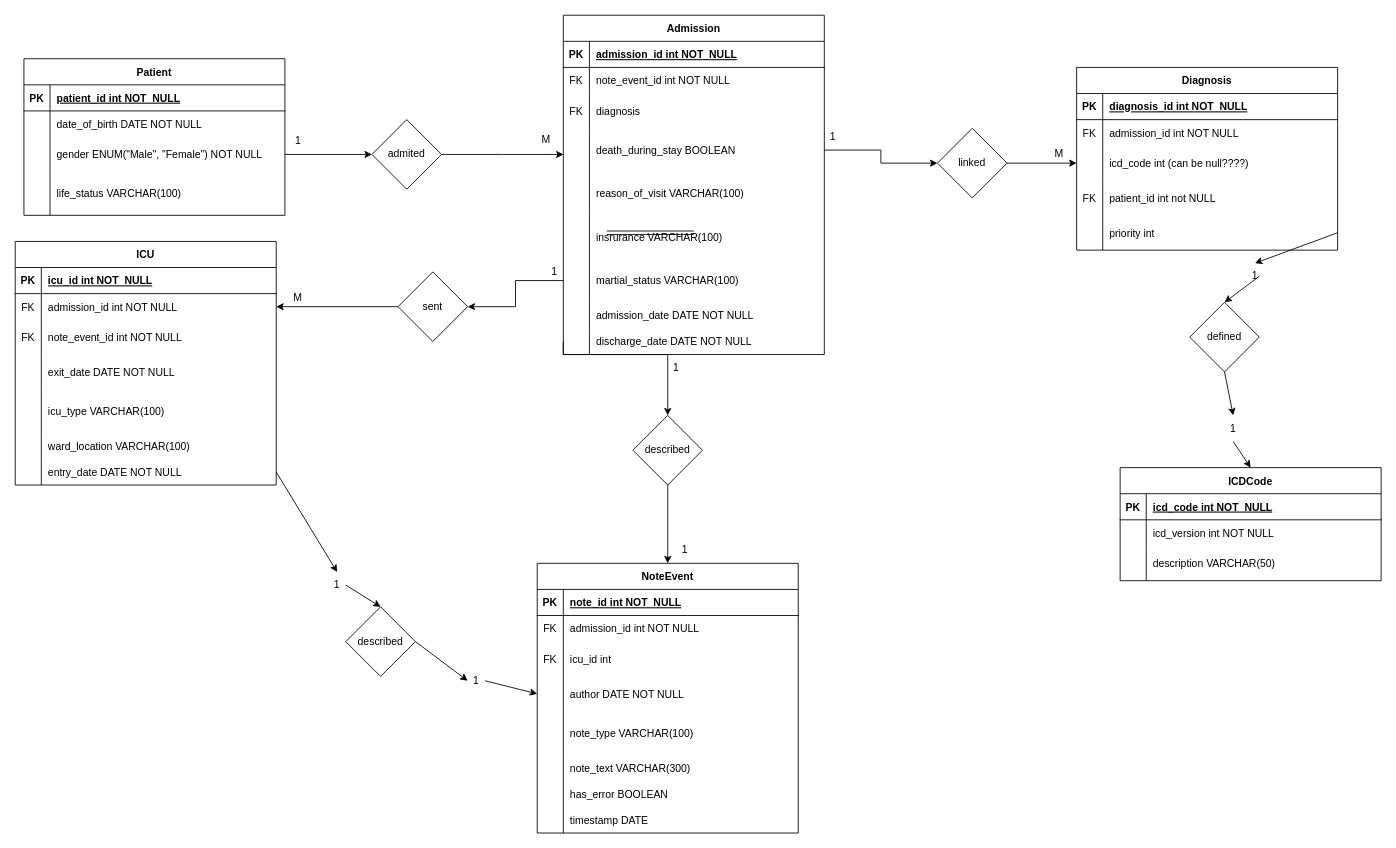
Joshua131313/soen363 keeps this draw.io diagram as page "Cleaned Up Diagram" (2 of 2) of Untitled Diagram.drawio. Above is the earlier version. Source tidied: cells renumbered, new cells numbered last; positions are measured from the earlier drawing's top-left corner, leaving out a move shared by most shapes. Both pictures are drawn from the tidied source at 87%, with x=0, y=0 at pixel (15, 15).
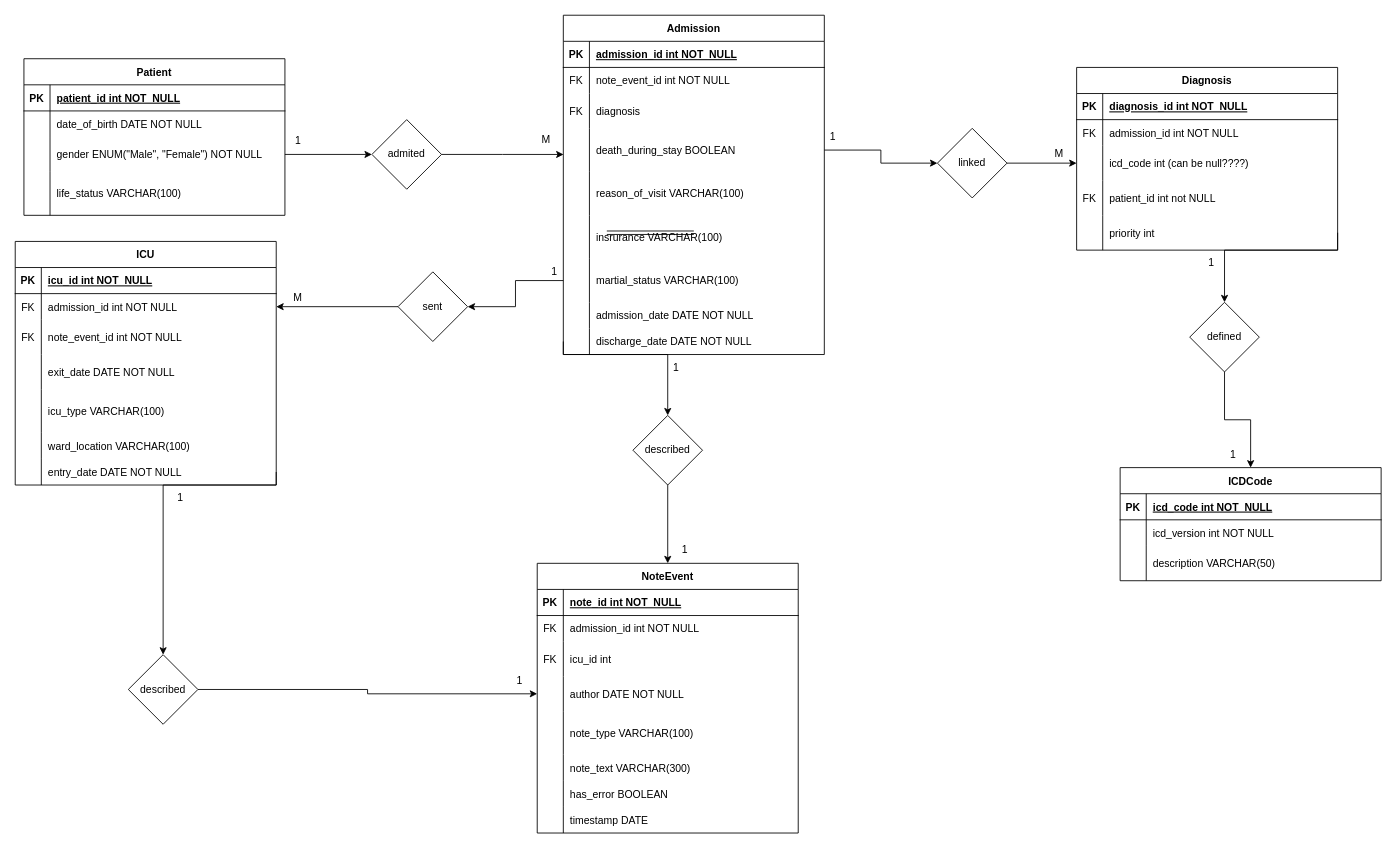
Above is the later version.

The change refers to these unchanged cells:
```xml
<mxCell id="35" style="shape=partialRectangle;fillColor=none;points=[[0,0.5],[1,0.5]];portConstraint=eastwest;top=0;left=0;right=0;bottom=0;" parent="16" vertex="1">
  <mxGeometry y="250" width="300" height="30" as="geometry" />
</mxCell>
<mxCell id="48" style="shape=partialRectangle;fillColor=none;points=[[0,0.5],[1,0.5]];portConstraint=eastwest;top=0;left=0;right=0;bottom=0;" parent="38" vertex="1">
  <mxGeometry y="130" width="300" height="40" as="geometry" />
</mxCell>
<mxCell id="76" style="shape=partialRectangle;fillColor=none;points=[[0,0.5],[1,0.5]];portConstraint=eastwest;top=0;left=0;right=0;bottom=0;" parent="63" vertex="1">
  <mxGeometry y="170" width="300" height="40" as="geometry" />
</mxCell>
<mxCell id="79" value="ICDCode" style="shape=table;startSize=30;childLayout=tableLayout;rowLines=0;fontStyle=1;align=center;" parent="1" vertex="1">
  <mxGeometry x="1270" y="520" width="300" height="130" as="geometry" />
</mxCell>
<mxCell id="127" style="rhombus;whiteSpace=wrap;html=1;" parent="1" vertex="1">
  <mxGeometry x="1350" y="330" width="80" height="80" as="geometry" />
</mxCell>
```

The edit, as a diff of the source:
```diff
@@
+    <mxCell id="157" style="edgeStyle=orthogonalEdgeStyle;rounded=0;jettySize=auto;html=1;entryX=0;entryY=0.5;entryDx=0;entryDy=0;" parent="1" edge="1" source="2" target="48">
+      <mxGeometry relative="1" as="geometry" />
+    </mxCell>
     <mxCell id="2" style="rhombus;whiteSpace=wrap;html=1;" parent="1" vertex="1">
-      <mxGeometry x="380" y="680" width="80" height="80" as="geometry" />
+      <mxGeometry x="130" y="735" width="80" height="80" as="geometry" />
     </mxCell>
@@
+    <mxCell id="158" style="edgeStyle=orthogonalEdgeStyle;rounded=0;jettySize=auto;html=1;exitX=0.5;exitY=1;exitDx=0;exitDy=0;entryX=0.5;entryY=0;entryDx=0;entryDy=0;" parent="1" edge="1" source="127" target="79">
+      <mxGeometry relative="1" as="geometry" />
+    </mxCell>
@@
     <mxCell id="132" value="described" style="text;html=1;align=center;verticalAlign=middle;whiteSpace=wrap;rounded=0;" parent="1" vertex="1">
-      <mxGeometry x="390" y="705" width="60" height="30" as="geometry" />
+      <mxGeometry x="140" y="760" width="60" height="30" as="geometry" />
     </mxCell>
-    <mxCell id="133" style="endArrow=classic;html=1;rounded=0;exitX=1;exitY=0.5;exitDx=0;exitDy=0;entryX=0;entryY=0.5;entryDx=0;entryDy=0;" parent="1" edge="1" source="2" target="137">
-      <mxGeometry relative="1" as="geometry" />
-    </mxCell>
-    <mxCell id="134" style="endArrow=classic;html=1;rounded=0;exitX=1;exitY=0.5;exitDx=0;exitDy=0;entryX=0.5;entryY=0;entryDx=0;entryDy=0;" parent="1" edge="1" source="135" target="2">
-      <mxGeometry relative="1" as="geometry" />
-    </mxCell>
     <mxCell id="135" value="1" style="text;html=1;align=center;verticalAlign=middle;whiteSpace=wrap;rounded=0;" parent="1" vertex="1">
-      <mxGeometry x="360" y="640" width="20" height="30" as="geometry" />
+      <mxGeometry x="180" y="540" width="20" height="30" as="geometry" />
     </mxCell>
-    <mxCell id="136" style="endArrow=classic;html=1;rounded=0;exitX=1;exitY=0.5;exitDx=0;exitDy=0;entryX=0;entryY=0.5;entryDx=0;entryDy=0;" parent="1" edge="1" source="137" target="48">
-      <mxGeometry relative="1" as="geometry" />
-    </mxCell>
     <mxCell id="137" value="1" style="text;html=1;align=center;verticalAlign=middle;whiteSpace=wrap;rounded=0;" parent="1" vertex="1">
-      <mxGeometry x="520" y="750" width="20" height="30" as="geometry" />
+      <mxGeometry x="570" y="750" width="20" height="30" as="geometry" />
     </mxCell>
@@
-    <mxCell id="143" style="endArrow=classic;html=1;rounded=0;exitX=1;exitY=0.5;exitDx=0;exitDy=0;entryX=0.5;entryY=0;entryDx=0;entryDy=0;" parent="1" edge="1" source="35" target="135">
-      <mxGeometry relative="1" as="geometry" />
+    <mxCell id="143" style="endArrow=classic;html=1;rounded=0;exitX=1;exitY=0.5;exitDx=0;exitDy=0;entryX=0.5;entryY=0;entryDx=0;entryDy=0;" parent="1" edge="1" source="35" target="2">
+      <mxGeometry relative="1" as="geometry">
+        <Array as="points">
+          <mxPoint x="300" y="540" />
+          <mxPoint x="170" y="540" />
+        </Array>
+      </mxGeometry>
     </mxCell>
-    <mxCell id="144" style="endArrow=classic;html=1;rounded=0;entryX=0.5;entryY=0;entryDx=0;entryDy=0;exitX=1;exitY=0.5;exitDx=0;exitDy=0;" parent="1" edge="1" source="146" target="127">
-      <mxGeometry relative="1" as="geometry" />
-    </mxCell>
-    <mxCell id="145" style="endArrow=classic;html=1;rounded=0;entryX=0.5;entryY=0;entryDx=0;entryDy=0;exitX=1;exitY=0.5;exitDx=0;exitDy=0;" parent="1" edge="1" source="76" target="146">
-      <mxGeometry relative="1" as="geometry" />
-    </mxCell>
     <mxCell id="146" value="1" style="text;html=1;align=center;verticalAlign=middle;whiteSpace=wrap;rounded=0;" parent="1" vertex="1">
-      <mxGeometry x="1420" y="285" width="10" height="30" as="geometry" />
+      <mxGeometry x="1370" y="270" width="10" height="30" as="geometry" />
     </mxCell>
@@
-    <mxCell id="148" style="endArrow=classic;html=1;rounded=0;entryX=0.5;entryY=0;entryDx=0;entryDy=0;exitX=0.5;exitY=1;exitDx=0;exitDy=0;" parent="1" edge="1" source="150" target="79">
-      <mxGeometry relative="1" as="geometry" />
-    </mxCell>
-    <mxCell id="149" style="endArrow=classic;html=1;rounded=0;entryX=0.5;entryY=0;entryDx=0;entryDy=0;exitX=0.5;exitY=1;exitDx=0;exitDy=0;" parent="1" edge="1" source="127" target="150">
-      <mxGeometry relative="1" as="geometry" />
-    </mxCell>
     <mxCell id="150" value="1" style="text;html=1;align=center;verticalAlign=middle;whiteSpace=wrap;rounded=0;" parent="1" vertex="1">
-      <mxGeometry x="1390" y="460" width="20" height="30" as="geometry" />
+      <mxGeometry x="1390" y="490" width="20" height="30" as="geometry" />
     </mxCell>
@@
+    <mxCell id="159" style="edgeStyle=orthogonalEdgeStyle;rounded=0;jettySize=auto;html=1;exitX=1;exitY=0.5;exitDx=0;exitDy=0;entryX=0.5;entryY=0;entryDx=0;entryDy=0;" parent="1" edge="1" source="76" target="127">
+      <mxGeometry relative="1" as="geometry">
+        <Array as="points">
+          <mxPoint x="1520" y="270" />
+          <mxPoint x="1390" y="270" />
+        </Array>
+      </mxGeometry>
+    </mxCell>
```
